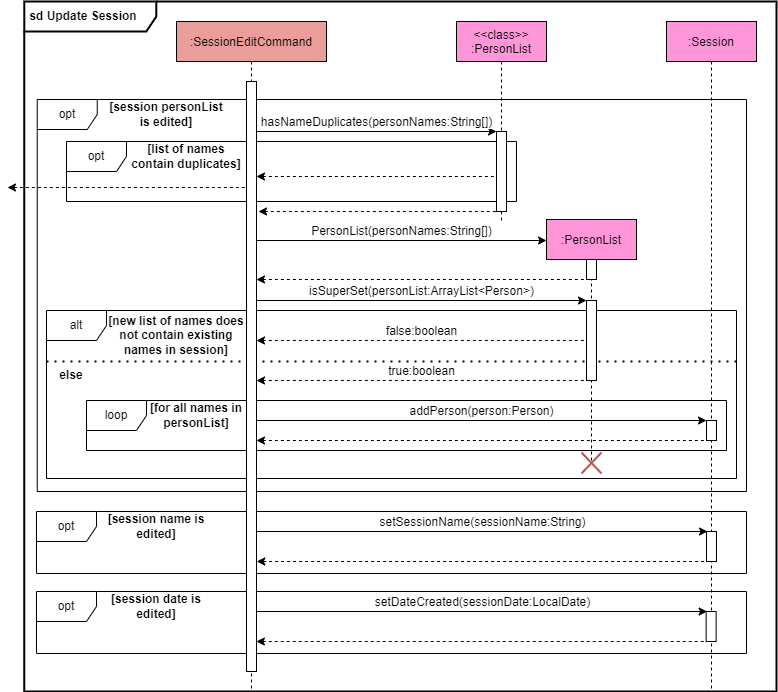
The draw.io diagram docs/images/developerguide/RefUpdateSession.png in nus-cs2113-AY2122S2/tp, before a commit. Source tidied: cells renumbered, new cells last; positions are measured from the earlier drawing's top-left corner, leaving out a move shared by most shapes.
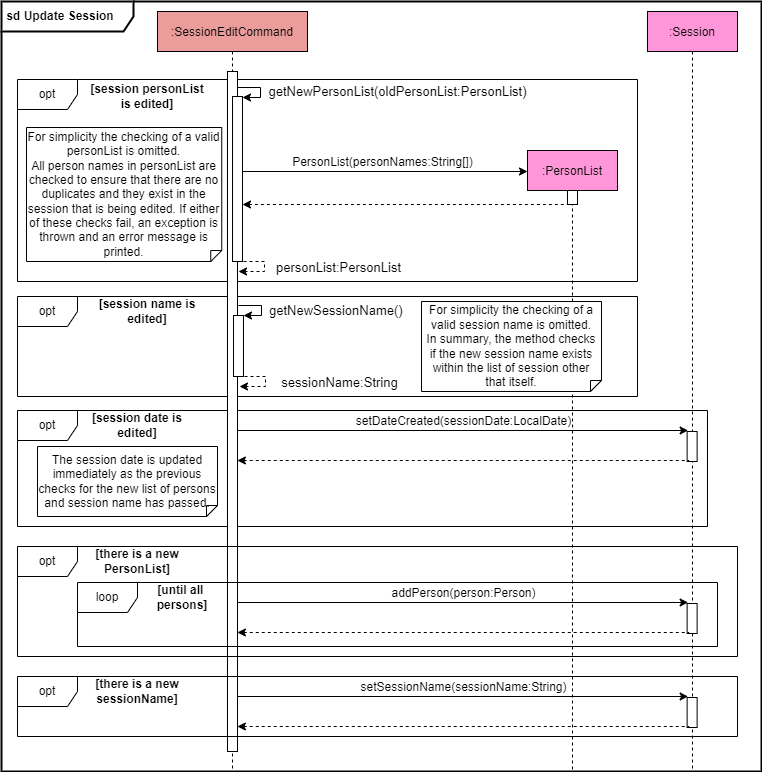
The same file after the commit.

Commit message:
Update refupdatesession diagram

Change to the diagram source:
```diff
@@ -3,178 +3,174 @@
     <mxCell id="0" />
     <mxCell id="1" parent="0" />
     <mxCell id="2" value="&lt;div style=&quot;font-size: 12px&quot;&gt;&lt;b style=&quot;font-size: 12px&quot;&gt;&lt;span style=&quot;font-size: 12px&quot;&gt;&amp;nbsp;sd Update Session&lt;/span&gt;&lt;/b&gt;&lt;/div&gt;" style="shape=umlFrame;whiteSpace=wrap;html=1;strokeWidth=2;width=132;height=30;align=left;fontSize=12;" parent="1" vertex="1">
-      <mxGeometry x="16.8" width="752.2" height="690" as="geometry" />
+      <mxGeometry x="13" y="10" width="760" height="770" as="geometry" />
     </mxCell>
     <mxCell id="3" value="opt" style="shape=umlFrame;whiteSpace=wrap;html=1;fontSize=12;" parent="1" vertex="1">
-      <mxGeometry x="29" y="510" width="710" height="62" as="geometry" />
+      <mxGeometry x="29" y="305" width="620" height="100" as="geometry" />
     </mxCell>
     <mxCell id="4" value="opt" style="shape=umlFrame;whiteSpace=wrap;html=1;fontSize=12;" parent="1" vertex="1">
-      <mxGeometry x="29" y="590" width="710" height="62" as="geometry" />
+      <mxGeometry x="29" y="419" width="690" height="116" as="geometry" />
     </mxCell>
     <mxCell id="5" value="opt" style="shape=umlFrame;whiteSpace=wrap;html=1;fontSize=12;" parent="1" vertex="1">
-      <mxGeometry x="29.8" y="98" width="709.2" height="392" as="geometry" />
+      <mxGeometry x="29" y="88" width="620" height="202" as="geometry" />
     </mxCell>
-    <mxCell id="6" value="alt" style="shape=umlFrame;whiteSpace=wrap;html=1;fontSize=12;" parent="1" vertex="1">
-      <mxGeometry x="39" y="309" width="690" height="168" as="geometry" />
-    </mxCell>
-    <mxCell id="7" value="loop" style="shape=umlFrame;whiteSpace=wrap;html=1;fontSize=12;" parent="1" vertex="1">
-      <mxGeometry x="79" y="399" width="640" height="50" as="geometry" />
-    </mxCell>
-    <mxCell id="8" style="endArrow=none;dashed=1;html=1;dashPattern=1 3;strokeWidth=2;rounded=0;exitX=0.002;exitY=.50;exitDx=0;exitDy=0;exitPerimeter=0;fontSize=12;" parent="1" edge="1">
-      <mxGeometry relative="1" as="geometry">
-        <mxPoint x="39" y="360" as="sourcePoint" />
-        <mxPoint x="729" y="360" as="targetPoint" />
-      </mxGeometry>
-    </mxCell>
-    <mxCell id="9" value="opt" style="shape=umlFrame;whiteSpace=wrap;html=1;fontSize=12;" parent="1" vertex="1">
-      <mxGeometry x="59" y="140" width="450" height="60" as="geometry" />
-    </mxCell>
     <mxCell id="10" value=":SessionEditCommand" style="shape=umlLifeline;perimeter=lifelinePerimeter;rounded=0;shadow=0;strokeWidth=1;fillColor=#EA9D9A;fontSize=12;" parent="1" vertex="1">
-      <mxGeometry x="169" y="20" width="150" height="670" as="geometry" />
+      <mxGeometry x="169" y="20" width="150" height="760" as="geometry" />
     </mxCell>
     <mxCell id="11" style="html=1;perimeter=orthogonalPerimeter;fontSize=12;" parent="10" vertex="1">
-      <mxGeometry x="70" y="60" width="10" height="590" as="geometry" />
+      <mxGeometry x="70" y="60" width="10" height="680" as="geometry" />
     </mxCell>
-    <mxCell id="12" value="&lt;font style=&quot;font-size: 12px;&quot;&gt;addPerson(person:Person)&lt;/font&gt;" style="html=1;verticalAlign=bottom;endArrow=classic;rounded=0;endFill=1;fontSize=12;" parent="10" edge="1">
-      <mxGeometry relative="1" as="geometry">
-        <mxPoint x="80" y="399" as="sourcePoint" />
-        <mxPoint x="530" y="399" as="targetPoint" />
-      </mxGeometry>
-    </mxCell>
     <mxCell id="13" value=":PersonList" style="shape=umlLifeline;perimeter=lifelinePerimeter;rounded=0;shadow=0;strokeWidth=1;fillColor=#FF96D9;fontSize=12;" parent="1" vertex="1">
-      <mxGeometry x="539" y="218" width="90" height="242" as="geometry" />
+      <mxGeometry x="539" y="159" width="90" height="621" as="geometry" />
     </mxCell>
-    <mxCell id="14" value="&lt;&lt;class&gt;&gt;&#10;:PersonList" style="shape=umlLifeline;perimeter=lifelinePerimeter;rounded=0;shadow=0;strokeWidth=1;fillColor=#FF96D9;fontSize=12;" parent="1" vertex="1">
-      <mxGeometry x="449" y="20" width="90" height="200" as="geometry" />
-    </mxCell>
-    <mxCell id="15" style="html=1;perimeter=orthogonalPerimeter;fontSize=12;" parent="14" vertex="1">
-      <mxGeometry x="40" y="110" width="10" height="80" as="geometry" />
-    </mxCell>
-    <mxCell id="16" style="html=1;verticalAlign=bottom;endArrow=none;rounded=0;endFill=0;dashed=1;startArrow=classic;startFill=1;fontSize=12;" parent="14" edge="1">
-      <mxGeometry relative="1" as="geometry">
-        <mxPoint x="-200" y="258" as="sourcePoint" />
-        <mxPoint x="130" y="258" as="targetPoint" />
-      </mxGeometry>
-    </mxCell>
-    <mxCell id="17" style="html=1;verticalAlign=bottom;endArrow=none;rounded=0;startArrow=classic;startFill=1;endFill=0;dashed=1;fontSize=12;" parent="14" edge="1">
-      <mxGeometry relative="1" as="geometry">
-        <mxPoint x="-198" y="190" as="sourcePoint" />
-        <mxPoint x="40" y="190" as="targetPoint" />
-      </mxGeometry>
-    </mxCell>
-    <mxCell id="18" value="&lt;font style=&quot;font-size: 12px;&quot;&gt;hasNameDuplicates(personNames:String[])&lt;/font&gt;" style="html=1;verticalAlign=bottom;endArrow=classic;rounded=0;endFill=1;fontSize=12;" parent="1" edge="1">
-      <mxGeometry relative="1" as="geometry">
-        <mxPoint x="249" y="130" as="sourcePoint" />
-        <mxPoint x="489" y="130" as="targetPoint" />
-      </mxGeometry>
-    </mxCell>
-    <mxCell id="19" style="html=1;verticalAlign=bottom;endArrow=none;rounded=0;startArrow=classic;startFill=1;endFill=0;dashed=1;fontSize=12;" parent="1" edge="1">
-      <mxGeometry relative="1" as="geometry">
-        <mxPoint x="249" y="175" as="sourcePoint" />
-        <mxPoint x="488" y="175" as="targetPoint" />
-      </mxGeometry>
-    </mxCell>
     <mxCell id="20" value="&lt;font style=&quot;font-size: 12px&quot;&gt;PersonList(personNames:String[])&lt;/font&gt;" style="html=1;verticalAlign=bottom;endArrow=classic;rounded=0;endFill=1;fontSize=12;" parent="1" edge="1">
       <mxGeometry relative="1" as="geometry">
-        <mxPoint x="249" y="239" as="sourcePoint" />
-        <mxPoint x="539" y="239" as="targetPoint" />
+        <mxPoint x="249" y="180" as="sourcePoint" />
+        <mxPoint x="539" y="180" as="targetPoint" />
       </mxGeometry>
     </mxCell>
     <mxCell id="21" style="html=1;perimeter=orthogonalPerimeter;fontSize=12;" parent="1" vertex="1">
-      <mxGeometry x="579" y="258" width="10" height="20" as="geometry" />
+      <mxGeometry x="579" y="199" width="10" height="14" as="geometry" />
     </mxCell>
-    <mxCell id="22" style="html=1;perimeter=orthogonalPerimeter;fontSize=12;" parent="1" vertex="1">
-      <mxGeometry x="579" y="299" width="10" height="80" as="geometry" />
-    </mxCell>
-    <mxCell id="23" value="&lt;font style=&quot;font-size: 12px;&quot;&gt;isSuperSet(personList:ArrayList&amp;lt;Person&amp;gt;)&lt;/font&gt;" style="html=1;verticalAlign=bottom;endArrow=classic;rounded=0;endFill=1;fontSize=12;" parent="1" edge="1">
-      <mxGeometry relative="1" as="geometry">
-        <mxPoint x="249" y="299" as="sourcePoint" />
-        <mxPoint x="579" y="299" as="targetPoint" />
-      </mxGeometry>
-    </mxCell>
     <mxCell id="24" value=":Session" style="shape=umlLifeline;perimeter=lifelinePerimeter;rounded=0;shadow=0;strokeWidth=1;fillColor=#FF96D9;fontSize=12;" parent="1" vertex="1">
-      <mxGeometry x="659" y="20" width="90" height="670" as="geometry" />
+      <mxGeometry x="659" y="20" width="90" height="760" as="geometry" />
     </mxCell>
-    <mxCell id="25" value="&lt;b style=&quot;font-size: 12px;&quot;&gt;[list of names contain duplicates]&lt;/b&gt;" style="text;html=1;strokeColor=none;fillColor=none;align=center;verticalAlign=middle;whiteSpace=wrap;rounded=0;fontSize=12;" parent="1" vertex="1">
-      <mxGeometry x="119" y="140" width="120" height="30" as="geometry" />
-    </mxCell>
-    <mxCell id="26" value="&lt;b style=&quot;font-size: 12px;&quot;&gt;[new list of names does not contain existing names in session]&lt;/b&gt;" style="text;html=1;strokeColor=none;fillColor=none;align=center;verticalAlign=middle;whiteSpace=wrap;rounded=0;fontSize=12;" parent="1" vertex="1">
-      <mxGeometry x="99" y="319" width="140" height="30" as="geometry" />
-    </mxCell>
-    <mxCell id="27" value="&lt;font style=&quot;font-size: 12px;&quot;&gt;false:boolean&lt;/font&gt;" style="html=1;verticalAlign=bottom;endArrow=none;rounded=0;startArrow=classic;startFill=1;endFill=0;dashed=1;fontSize=12;" parent="1" edge="1">
-      <mxGeometry relative="1" as="geometry">
-        <mxPoint x="249" y="339" as="sourcePoint" />
-        <mxPoint x="579" y="339" as="targetPoint" />
-      </mxGeometry>
-    </mxCell>
-    <mxCell id="28" value="&lt;font style=&quot;font-size: 12px;&quot;&gt;true:boolean&lt;/font&gt;" style="html=1;verticalAlign=bottom;endArrow=none;rounded=0;startArrow=classic;startFill=1;endFill=0;dashed=1;fontSize=12;" parent="1" edge="1">
-      <mxGeometry relative="1" as="geometry">
-        <mxPoint x="249" y="379" as="sourcePoint" />
-        <mxPoint x="579" y="379" as="targetPoint" />
-      </mxGeometry>
-    </mxCell>
-    <mxCell id="29" value="&lt;b style=&quot;font-size: 12px;&quot;&gt;else&lt;/b&gt;" style="text;html=1;strokeColor=none;fillColor=none;align=center;verticalAlign=middle;whiteSpace=wrap;rounded=0;fontSize=12;" parent="1" vertex="1">
-      <mxGeometry x="39" y="359" width="50" height="30" as="geometry" />
-    </mxCell>
-    <mxCell id="30" style="html=1;perimeter=orthogonalPerimeter;fontSize=12;" parent="1" vertex="1">
-      <mxGeometry x="699" y="419" width="10" height="20" as="geometry" />
-    </mxCell>
-    <mxCell id="31" value="&lt;b style=&quot;font-size: 12px&quot;&gt;[for all names in personList]&lt;/b&gt;" style="text;html=1;strokeColor=none;fillColor=none;align=center;verticalAlign=middle;whiteSpace=wrap;rounded=0;fontSize=12;" parent="1" vertex="1">
-      <mxGeometry x="119" y="399" width="140" height="30" as="geometry" />
-    </mxCell>
-    <mxCell id="32" style="html=1;verticalAlign=bottom;endArrow=none;rounded=0;startArrow=classic;startFill=1;endFill=0;dashed=1;fontSize=12;" parent="1" edge="1">
-      <mxGeometry relative="1" as="geometry">
-        <mxPoint x="249" y="439" as="sourcePoint" />
-        <mxPoint x="699" y="439" as="targetPoint" />
-      </mxGeometry>
-    </mxCell>
     <mxCell id="33" value="&lt;b style=&quot;font-size: 12px;&quot;&gt;[session name is edited]&lt;/b&gt;" style="text;html=1;strokeColor=none;fillColor=none;align=center;verticalAlign=middle;whiteSpace=wrap;rounded=0;fontSize=12;" parent="1" vertex="1">
-      <mxGeometry x="89" y="510" width="120" height="30" as="geometry" />
+      <mxGeometry x="99" y="305" width="120" height="30" as="geometry" />
     </mxCell>
-    <mxCell id="34" style="html=1;perimeter=orthogonalPerimeter;fontSize=12;" parent="1" vertex="1">
-      <mxGeometry x="699" y="530" width="10" height="30" as="geometry" />
-    </mxCell>
-    <mxCell id="35" style="html=1;verticalAlign=bottom;endArrow=none;rounded=0;startArrow=classic;startFill=1;endFill=0;dashed=1;fontSize=12;" parent="1" edge="1">
-      <mxGeometry relative="1" as="geometry">
-        <mxPoint x="249.2" y="560" as="sourcePoint" />
-        <mxPoint x="701" y="560" as="targetPoint" />
-      </mxGeometry>
-    </mxCell>
-    <mxCell id="36" value="&lt;font style=&quot;font-size: 12px;&quot;&gt;setSessionName(sessionName:String)&lt;/font&gt;" style="html=1;verticalAlign=bottom;endArrow=classic;rounded=0;endFill=1;fontSize=12;" parent="1" edge="1">
-      <mxGeometry relative="1" as="geometry">
-        <mxPoint x="249" y="530" as="sourcePoint" />
-        <mxPoint x="700" y="530" as="targetPoint" />
-      </mxGeometry>
-    </mxCell>
     <mxCell id="37" value="&lt;b style=&quot;font-size: 12px;&quot;&gt;[session date is edited]&lt;/b&gt;" style="text;html=1;strokeColor=none;fillColor=none;align=center;verticalAlign=middle;whiteSpace=wrap;rounded=0;fontSize=12;" parent="1" vertex="1">
-      <mxGeometry x="89" y="590" width="120" height="30" as="geometry" />
+      <mxGeometry x="89" y="419" width="120" height="30" as="geometry" />
     </mxCell>
     <mxCell id="38" style="html=1;perimeter=orthogonalPerimeter;fontSize=12;" parent="1" vertex="1">
-      <mxGeometry x="698.6" y="610" width="10" height="30" as="geometry" />
+      <mxGeometry x="698.6" y="440" width="10" height="30" as="geometry" />
     </mxCell>
     <mxCell id="39" style="html=1;verticalAlign=bottom;endArrow=none;rounded=0;startArrow=classic;startFill=1;endFill=0;dashed=1;fontSize=12;" parent="1" edge="1">
       <mxGeometry relative="1" as="geometry">
-        <mxPoint x="248.9" y="640" as="sourcePoint" />
-        <mxPoint x="700.6" y="640" as="targetPoint" />
+        <mxPoint x="248.9" y="469" as="sourcePoint" />
+        <mxPoint x="700.6" y="469" as="targetPoint" />
       </mxGeometry>
     </mxCell>
     <mxCell id="40" value="&lt;span style=&quot;font-size: 12px;&quot;&gt;setDateCreated(sessionDate:LocalDate)&lt;/span&gt;" style="html=1;verticalAlign=bottom;endArrow=classic;rounded=0;endFill=1;fontSize=12;" parent="1" edge="1">
       <mxGeometry relative="1" as="geometry">
-        <mxPoint x="248.6" y="610" as="sourcePoint" />
-        <mxPoint x="699.6" y="610" as="targetPoint" />
+        <mxPoint x="248.6" y="439" as="sourcePoint" />
+        <mxPoint x="699.6" y="439" as="targetPoint" />
       </mxGeometry>
     </mxCell>
-    <mxCell id="41" style="shape=umlDestroy;whiteSpace=wrap;html=1;strokeWidth=2;fillColor=#f8cecc;strokeColor=#b85450;fontSize=12;" parent="1" vertex="1">
-      <mxGeometry x="574" y="451" width="20" height="21" as="geometry" />
-    </mxCell>
     <mxCell id="42" value="&lt;b style=&quot;font-size: 12px&quot;&gt;[session personList is edited]&lt;/b&gt;" style="text;html=1;strokeColor=none;fillColor=none;align=center;verticalAlign=middle;whiteSpace=wrap;rounded=0;fontSize=12;" parent="1" vertex="1">
-      <mxGeometry x="99" y="98" width="120" height="30" as="geometry" />
+      <mxGeometry x="99" y="90" width="120" height="30" as="geometry" />
     </mxCell>
-    <mxCell id="43" style="html=1;verticalAlign=bottom;endArrow=none;rounded=0;startArrow=classic;startFill=1;endFill=0;dashed=1;fontSize=12;" parent="1" edge="1">
-      <mxGeometry relative="1" as="geometry">
-        <mxPoint y="186" as="sourcePoint" />
-        <mxPoint x="239" y="186" as="targetPoint" />
-      </mxGeometry>
-    </mxCell>
+    <mxCell id="44" style="html=1;perimeter=orthogonalPerimeter;" parent="1" vertex="1">
+      <mxGeometry x="244" y="105" width="10" height="165" as="geometry" />
+    </mxCell>
+    <mxCell id="45" value="&lt;font style=&quot;font-size: 13px&quot;&gt;getNewPersonList(oldPersonList:PersonList)&lt;br&gt;&lt;/font&gt;" style="endArrow=classic;html=1;rounded=0;" parent="1" edge="1">
+      <mxGeometry x="0.06" y="137" relative="1" as="geometry">
+        <mxPoint x="249" y="96" as="sourcePoint" />
+        <mxPoint x="254" y="106" as="targetPoint" />
+        <Array as="points">
+          <mxPoint x="272" y="96" />
+          <mxPoint x="272" y="106" />
+        </Array>
+      </mxGeometry>
+    </mxCell>
+    <mxCell id="46" value="&lt;font style=&quot;font-size: 13px&quot;&gt;personList:PersonList&lt;/font&gt;" style="endArrow=classic;html=1;rounded=0;exitX=1;exitY=1;exitDx=0;exitDy=0;exitPerimeter=0;dashed=1;" parent="1" edge="1">
+      <mxGeometry x="-0.05" y="74" relative="1" as="geometry">
+        <mxPoint x="255" y="270" as="sourcePoint" />
+        <mxPoint x="250" y="280" as="targetPoint" />
+        <Array as="points">
+          <mxPoint x="276" y="270" />
+          <mxPoint x="276" y="280" />
+        </Array>
+      </mxGeometry>
+    </mxCell>
+    <mxCell id="47" style="html=1;perimeter=orthogonalPerimeter;" parent="1" vertex="1">
+      <mxGeometry x="245" y="324" width="10" height="61" as="geometry" />
+    </mxCell>
+    <mxCell id="48" style="endArrow=classic;html=1;rounded=0;verticalAlign=bottom;" parent="1" edge="1">
+      <mxGeometry x="0.29" y="176" relative="1" as="geometry">
+        <mxPoint x="250" y="314" as="sourcePoint" />
+        <mxPoint x="255" y="324" as="targetPoint" />
+        <Array as="points">
+          <mxPoint x="273" y="314" />
+          <mxPoint x="273" y="324" />
+        </Array>
+        <mxPoint x="176" y="-175" as="offset" />
+      </mxGeometry>
+    </mxCell>
+    <mxCell id="49" value="&lt;span style=&quot;color: rgb(0 , 0 , 0) ; font-family: &amp;#34;helvetica&amp;#34; ; font-size: 13px ; font-style: normal ; font-weight: 400 ; letter-spacing: normal ; text-align: center ; text-indent: 0px ; text-transform: none ; word-spacing: 0px ; background-color: rgb(255 , 255 , 255) ; display: inline ; float: none&quot;&gt;getNewSessionName()&lt;/span&gt;" style="text;whiteSpace=wrap;html=1;" parent="1" vertex="1">
+      <mxGeometry x="279" y="305" width="140" height="30" as="geometry" />
+    </mxCell>
+    <mxCell id="50" value="&lt;font style=&quot;font-size: 13px&quot;&gt;sessionName:String&lt;/font&gt;" style="endArrow=classic;html=1;rounded=0;exitX=1;exitY=1;exitDx=0;exitDy=0;exitPerimeter=0;dashed=1;" parent="1" edge="1">
+      <mxGeometry x="-0.05" y="74" relative="1" as="geometry">
+        <mxPoint x="256" y="385" as="sourcePoint" />
+        <mxPoint x="251" y="395" as="targetPoint" />
+        <Array as="points">
+          <mxPoint x="277" y="385" />
+          <mxPoint x="277" y="395" />
+        </Array>
+      </mxGeometry>
+    </mxCell>
+    <mxCell id="51" value="For simplicity the checking of a valid session name is omitted.&lt;br&gt;In summary, the method checks if the new session name exists within the list of session other that itself." style="shape=note;size=11;whiteSpace=wrap;html=1;flipV=1;" parent="1" vertex="1">
+      <mxGeometry x="433" y="310" width="180" height="90" as="geometry" />
+    </mxCell>
+    <mxCell id="52" value="The session date is updated immediately as the previous checks for the new list of persons and session name has passed." style="shape=note;size=11;whiteSpace=wrap;html=1;flipV=1;" parent="1" vertex="1">
+      <mxGeometry x="49" y="455" width="180" height="70" as="geometry" />
+    </mxCell>
+    <mxCell id="53" value="opt" style="shape=umlFrame;whiteSpace=wrap;html=1;fontSize=12;" parent="1" vertex="1">
+      <mxGeometry x="29" y="555" width="720" height="110" as="geometry" />
+    </mxCell>
+    <mxCell id="54" value="&lt;b style=&quot;font-size: 12px&quot;&gt;[there is a new PersonList]&lt;/b&gt;" style="text;html=1;strokeColor=none;fillColor=none;align=center;verticalAlign=middle;whiteSpace=wrap;rounded=0;fontSize=12;" parent="1" vertex="1">
+      <mxGeometry x="89" y="555" width="120" height="30" as="geometry" />
+    </mxCell>
+    <mxCell id="7" value="loop" style="shape=umlFrame;whiteSpace=wrap;html=1;fontSize=12;" parent="1" vertex="1">
+      <mxGeometry x="89" y="591" width="640" height="64" as="geometry" />
+    </mxCell>
+    <mxCell id="55" style="html=1;perimeter=orthogonalPerimeter;fontSize=12;" parent="1" vertex="1">
+      <mxGeometry x="698.6" y="612" width="10" height="30" as="geometry" />
+    </mxCell>
+    <mxCell id="56" style="html=1;verticalAlign=bottom;endArrow=none;rounded=0;startArrow=classic;startFill=1;endFill=0;dashed=1;fontSize=12;" parent="1" edge="1">
+      <mxGeometry relative="1" as="geometry">
+        <mxPoint x="248.9" y="641" as="sourcePoint" />
+        <mxPoint x="700.6" y="641" as="targetPoint" />
+      </mxGeometry>
+    </mxCell>
+    <mxCell id="12" value="&lt;span style=&quot;font-size: 12px&quot;&gt;addPerson(person:Person)&lt;/span&gt;" style="html=1;verticalAlign=bottom;endArrow=classic;rounded=0;endFill=1;fontSize=12;" parent="1" edge="1">
+      <mxGeometry relative="1" as="geometry">
+        <mxPoint x="248.6" y="611" as="sourcePoint" />
+        <mxPoint x="699.6" y="611" as="targetPoint" />
+      </mxGeometry>
+    </mxCell>
+    <mxCell id="57" value="&lt;b style=&quot;font-size: 12px&quot;&gt;[until all &lt;br&gt;persons]&lt;/b&gt;" style="text;html=1;strokeColor=none;fillColor=none;align=center;verticalAlign=middle;whiteSpace=wrap;rounded=0;fontSize=12;" parent="1" vertex="1">
+      <mxGeometry x="134" y="591" width="120" height="30" as="geometry" />
+    </mxCell>
+    <mxCell id="58" value="opt" style="shape=umlFrame;whiteSpace=wrap;html=1;fontSize=12;" parent="1" vertex="1">
+      <mxGeometry x="29" y="685" width="720" height="60" as="geometry" />
+    </mxCell>
+    <mxCell id="59" value="&lt;b style=&quot;font-size: 12px&quot;&gt;[there is a new sessionName]&lt;/b&gt;" style="text;html=1;strokeColor=none;fillColor=none;align=center;verticalAlign=middle;whiteSpace=wrap;rounded=0;fontSize=12;" parent="1" vertex="1">
+      <mxGeometry x="89" y="685" width="120" height="30" as="geometry" />
+    </mxCell>
+    <mxCell id="60" style="html=1;perimeter=orthogonalPerimeter;fontSize=12;" parent="1" vertex="1">
+      <mxGeometry x="698.6" y="706" width="10" height="30" as="geometry" />
+    </mxCell>
+    <mxCell id="61" style="html=1;verticalAlign=bottom;endArrow=none;rounded=0;startArrow=classic;startFill=1;endFill=0;dashed=1;fontSize=12;" parent="1" edge="1">
+      <mxGeometry relative="1" as="geometry">
+        <mxPoint x="248.9" y="735" as="sourcePoint" />
+        <mxPoint x="700.6" y="735" as="targetPoint" />
+      </mxGeometry>
+    </mxCell>
+    <mxCell id="36" value="&lt;span style=&quot;font-size: 12px&quot;&gt;setSessionName(sessionName:String)&lt;/span&gt;" style="html=1;verticalAlign=bottom;endArrow=classic;rounded=0;endFill=1;fontSize=12;" parent="1" edge="1">
+      <mxGeometry relative="1" as="geometry">
+        <mxPoint x="248.6" y="705" as="sourcePoint" />
+        <mxPoint x="699.6" y="705" as="targetPoint" />
+      </mxGeometry>
+    </mxCell>
+    <mxCell id="62" value="&lt;div&gt;For simplicity the checking of a valid personList is omitted.&lt;/div&gt;&lt;div&gt;All person names in personList are checked to ensure that there are no duplicates and they exist in the session that is being edited. If either of these checks fail, an exception is thrown and an error message is printed.&lt;/div&gt;" style="shape=note;size=11;whiteSpace=wrap;html=1;flipV=1;" parent="1" vertex="1">
+      <mxGeometry x="38" y="136" width="195.2" height="134" as="geometry" />
+    </mxCell>
+    <mxCell id="63" style="html=1;verticalAlign=bottom;endArrow=none;rounded=0;startArrow=classic;startFill=1;endFill=0;dashed=1;fontSize=12;" parent="1" edge="1">
+      <mxGeometry relative="1" as="geometry">
+        <mxPoint x="254" y="213" as="sourcePoint" />
+        <mxPoint x="579" y="213" as="targetPoint" />
+      </mxGeometry>
+    </mxCell>
   </root>
 </mxGraphModel>
```
